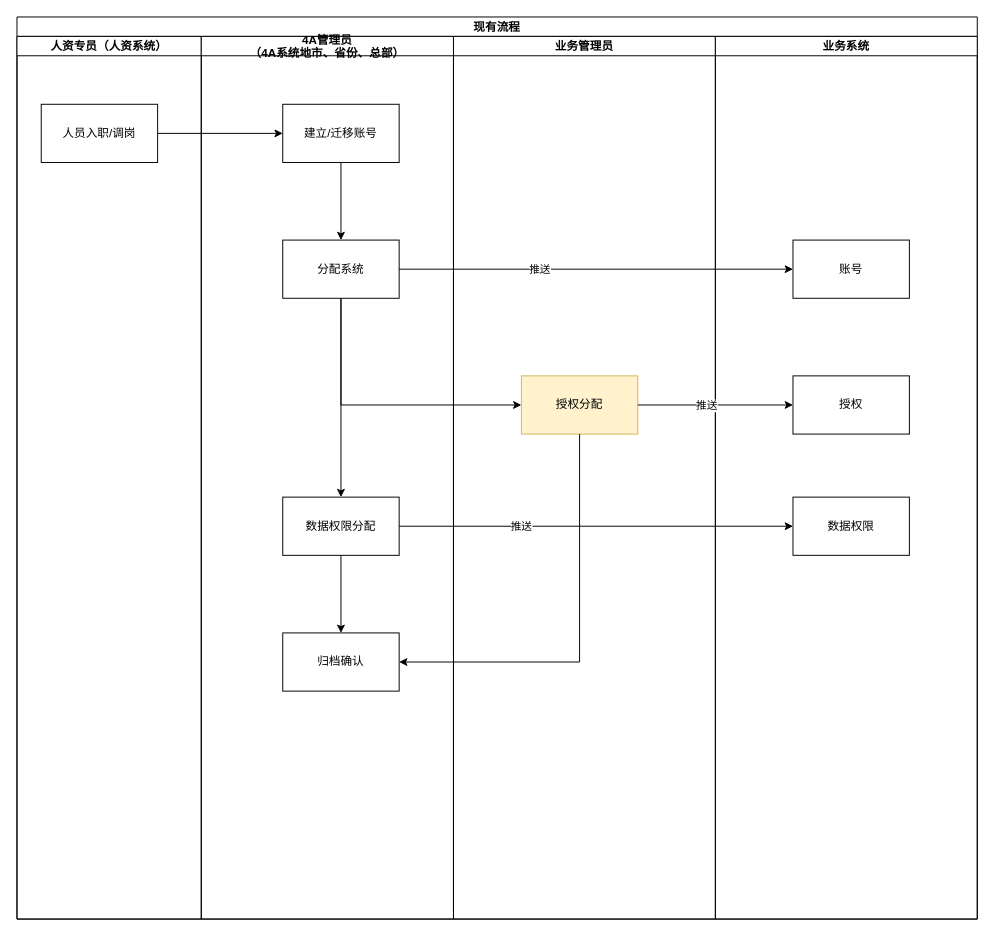
Before: page "授权方案一" (3 of 4) of 授权调整.drawio in 158698706/tt4a, a draw.io diagram. Source tidied: cells renumbered, new cells numbered last; positions are measured from the earlier drawing's top-left corner, leaving out a move shared by most shapes. Both pictures are drawn from the tidied source at 97%, with x=0, y=0 at pixel (16, 16).
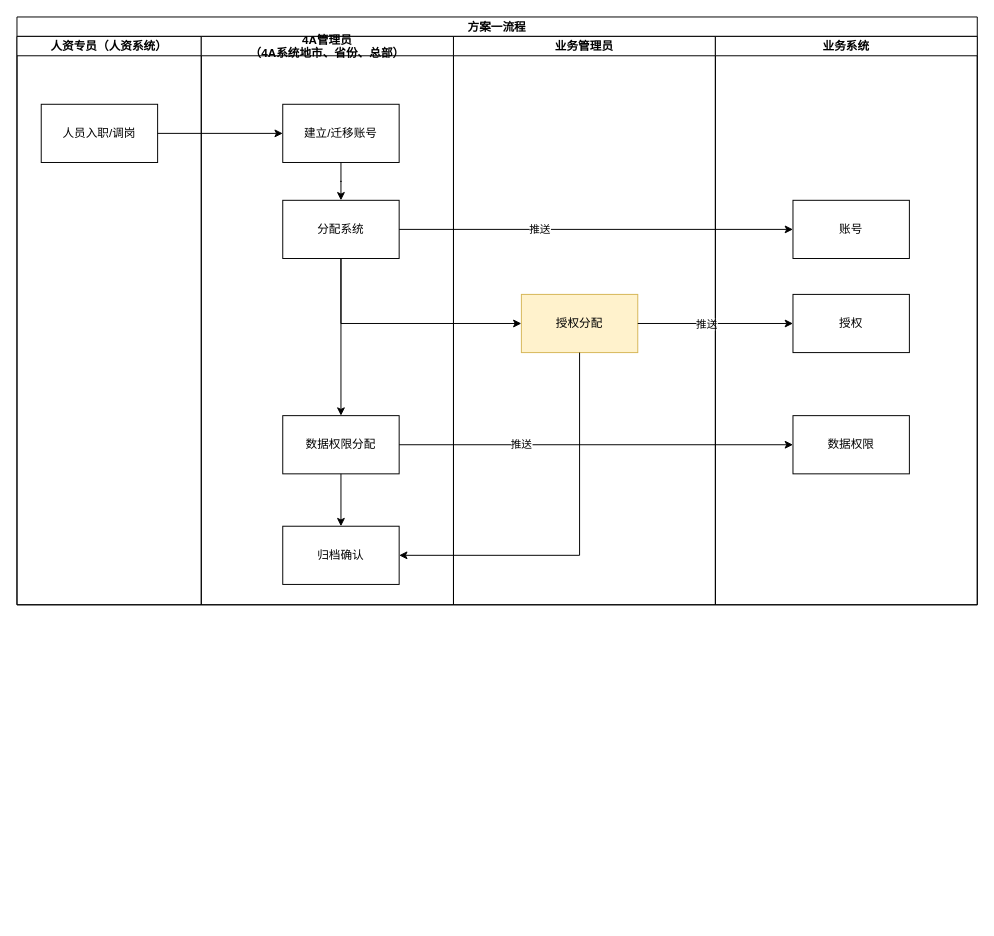
The same page after the edit.

What changed in the source:
```diff
@@
-    <mxCell id="2" value="现有流程" style="swimlane;startSize=20;" parent="1" vertex="1">
-      <mxGeometry width="990" height="930" as="geometry" />
+    <mxCell id="2" value="方案一流程" style="swimlane;startSize=20;" parent="1" vertex="1">
+      <mxGeometry width="990" height="606" as="geometry" />
     </mxCell>
     <mxCell id="3" value="人资专员（人资系统）" style="swimlane;startSize=20;" parent="2" vertex="1">
-      <mxGeometry y="20" width="190" height="910" as="geometry" />
+      <mxGeometry y="20" width="190" height="586" as="geometry" />
     </mxCell>
@@
     <mxCell id="5" value="4A管理员&#10;（4A系统地市、省份、总部）" style="swimlane;startSize=20;" parent="2" vertex="1">
-      <mxGeometry x="190" y="20" width="260" height="910" as="geometry" />
+      <mxGeometry x="190" y="20" width="260" height="586" as="geometry" />
     </mxCell>
@@
     <mxCell id="8" value="分配系统" style="whiteSpace=wrap;html=1;rounded=0;" parent="5" vertex="1">
-      <mxGeometry x="84" y="210" width="120" height="60" as="geometry" />
+      <mxGeometry x="84" y="169" width="120" height="60" as="geometry" />
     </mxCell>
@@
     <mxCell id="10" value="数据权限分配" style="whiteSpace=wrap;html=1;rounded=0;" parent="5" vertex="1">
-      <mxGeometry x="84" y="475" width="120" height="60" as="geometry" />
+      <mxGeometry x="84" y="391" width="120" height="60" as="geometry" />
     </mxCell>
     <mxCell id="11" value="业务管理员" style="swimlane;startSize=20;" parent="2" vertex="1">
-      <mxGeometry x="450" y="20" width="270" height="910" as="geometry" />
+      <mxGeometry x="450" y="20" width="270" height="586" as="geometry" />
     </mxCell>
     <mxCell id="12" value="授权分配" style="whiteSpace=wrap;html=1;rounded=0;fillColor=#fff2cc;strokeColor=#d6b656;" parent="11" vertex="1">
-      <mxGeometry x="70" y="350" width="120" height="60" as="geometry" />
+      <mxGeometry x="70" y="266" width="120" height="60" as="geometry" />
     </mxCell>
+    <mxCell id="21" style="edgeStyle=orthogonalEdgeStyle;rounded=0;jettySize=auto;html=1;" parent="2" edge="1" source="12" target="15">
+      <mxGeometry relative="1" as="geometry" />
+    </mxCell>
+    <mxCell id="22" value="推送" style="edgeLabel;html=1;align=center;verticalAlign=middle;" parent="21" vertex="1">
+      <mxGeometry x="0.2" relative="1" as="geometry">
+        <mxPoint x="-26" as="offset" />
+      </mxGeometry>
+    </mxCell>
+    <mxCell id="23" style="edgeStyle=orthogonalEdgeStyle;rounded=0;jettySize=auto;html=1;" parent="2" edge="1" source="10" target="16">
+      <mxGeometry relative="1" as="geometry" />
+    </mxCell>
+    <mxCell id="24" value="推送" style="edgeLabel;html=1;align=center;verticalAlign=middle;" parent="23" vertex="1">
+      <mxGeometry x="-0.18" y="-3" relative="1" as="geometry">
+        <mxPoint x="-41" y="-4" as="offset" />
+      </mxGeometry>
+    </mxCell>
     <mxCell id="13" value="业务系统" style="swimlane;startSize=20;" parent="2" vertex="1">
-      <mxGeometry x="720" y="20" width="270" height="910" as="geometry" />
+      <mxGeometry x="720" y="20" width="270" height="586" as="geometry" />
     </mxCell>
     <mxCell id="14" value="账号" style="whiteSpace=wrap;html=1;rounded=0;" parent="13" vertex="1">
-      <mxGeometry x="80" y="210" width="120" height="60" as="geometry" />
+      <mxGeometry x="80" y="169" width="120" height="60" as="geometry" />
     </mxCell>
     <mxCell id="15" value="授权" style="whiteSpace=wrap;html=1;rounded=0;" parent="13" vertex="1">
-      <mxGeometry x="80" y="350" width="120" height="60" as="geometry" />
+      <mxGeometry x="80" y="266" width="120" height="60" as="geometry" />
     </mxCell>
     <mxCell id="16" value="数据权限" style="whiteSpace=wrap;html=1;rounded=0;" parent="13" vertex="1">
-      <mxGeometry x="80" y="475" width="120" height="60" as="geometry" />
+      <mxGeometry x="80" y="391" width="120" height="60" as="geometry" />
     </mxCell>
@@
     <mxCell id="20" style="edgeStyle=orthogonalEdgeStyle;rounded=0;jettySize=auto;html=1;" parent="2" edge="1" source="8" target="12">
       <mxGeometry relative="1" as="geometry">
         <Array as="points">
-          <mxPoint x="334" y="400" />
+          <mxPoint x="334" y="316" />
         </Array>
       </mxGeometry>
     </mxCell>
-    <mxCell id="21" style="edgeStyle=orthogonalEdgeStyle;rounded=0;jettySize=auto;html=1;" parent="2" edge="1" source="12" target="15">
-      <mxGeometry relative="1" as="geometry" />
-    </mxCell>
-    <mxCell id="22" value="推送" style="edgeLabel;html=1;align=center;verticalAlign=middle;" parent="21" vertex="1">
-      <mxGeometry x="0.2" relative="1" as="geometry">
-        <mxPoint x="-26" as="offset" />
-      </mxGeometry>
-    </mxCell>
-    <mxCell id="23" style="edgeStyle=orthogonalEdgeStyle;rounded=0;jettySize=auto;html=1;" parent="2" edge="1" source="10" target="16">
-      <mxGeometry relative="1" as="geometry" />
-    </mxCell>
-    <mxCell id="24" value="推送" style="edgeLabel;html=1;align=center;verticalAlign=middle;" parent="23" vertex="1">
-      <mxGeometry x="-0.18" y="-3" relative="1" as="geometry">
-        <mxPoint x="-41" y="-4" as="offset" />
-      </mxGeometry>
-    </mxCell>
     <mxCell id="25" value="归档确认" style="whiteSpace=wrap;html=1;rounded=0;" parent="1" vertex="1">
-      <mxGeometry x="274" y="635" width="120" height="60" as="geometry" />
+      <mxGeometry x="274" y="525" width="120" height="60" as="geometry" />
     </mxCell>
@@
     <mxCell id="27" style="edgeStyle=orthogonalEdgeStyle;rounded=0;jettySize=auto;html=1;entryX=1;entryY=0.5;entryDx=0;entryDy=0;" parent="1" edge="1" source="12" target="25">
       <mxGeometry relative="1" as="geometry">
         <Array as="points">
-          <mxPoint x="580" y="665" />
+          <mxPoint x="580" y="555" />
         </Array>
       </mxGeometry>
     </mxCell>
```
